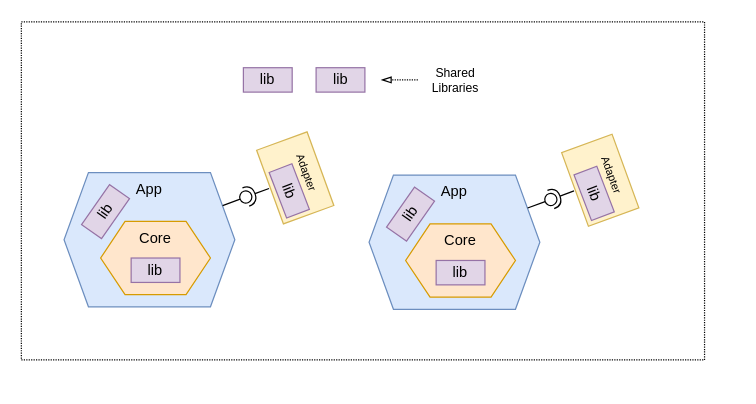
Before: page "Lib" (2 of 14) of diagrams/1.drawio in alicemunsal/dohex, a draw.io diagram. Source tidied: cells renumbered, new cells numbered last; positions are measured from the earlier drawing's top-left corner, leaving out a move shared by most shapes. Both pictures are drawn from the tidied source at 122%, with x=0, y=0 at pixel (21, 22).
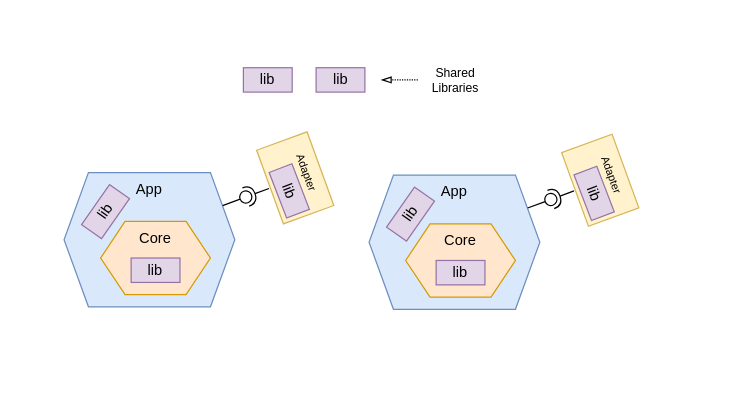
The same page after the edit.

Diff of the diagram source:
```diff
@@
-    <mxCell id="2" style="rounded=0;whiteSpace=wrap;html=1;fontSize=12;strokeWidth=1;dashed=1;dashPattern=1 1;perimeterSpacing=1;fillColor=none;" parent="1" vertex="1">
-      <mxGeometry y="-0.5" width="560" height="277" as="geometry" />
-    </mxCell>
```
